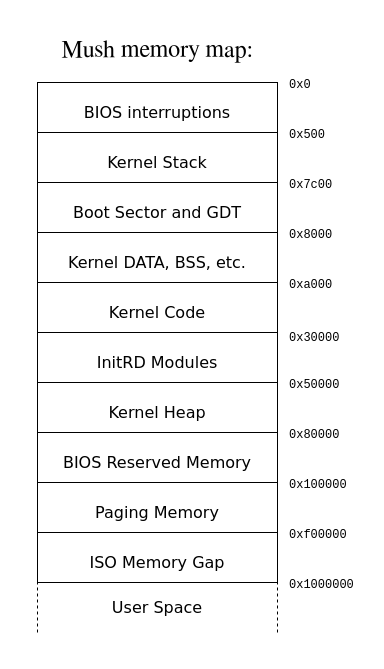
Above: docs/assets/memory_map.drawio in pseusys/MushOS (draw.io), before the change. Source tidied: cells renumbered, new cells numbered last; positions are measured from the earlier drawing's top-left corner, leaving out a move shared by most shapes. Both pictures are drawn from the tidied source at 100%, with x=0, y=0 at pixel (17, 17).
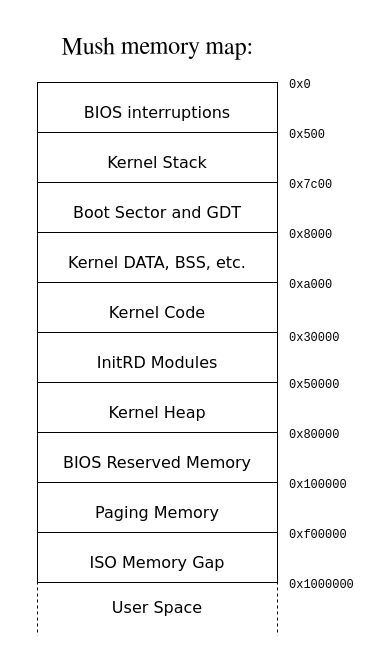
The same diagram, later.

Commit message:
font size memory map fix

Diff of the diagram source:
```diff
@@
-    <mxCell id="4" value="&lt;font style=&quot;font-size: 24px;&quot;&gt;Mush memory map:&lt;/font&gt;" style="text;html=1;strokeColor=none;fillColor=none;align=center;verticalAlign=middle;whiteSpace=wrap;rounded=0;fontFamily=FreeSerif;fontSize=32;" parent="1" vertex="1">
+    <mxCell id="4" value="&lt;font style=&quot;font-size: 24px;&quot;&gt;Mush memory map:&lt;/font&gt;" style="text;html=1;strokeColor=none;fillColor=none;align=center;verticalAlign=middle;whiteSpace=wrap;rounded=0;fontFamily=FreeSerif;fontSize=24;" parent="1" vertex="1">
       <mxGeometry x="20" y="15" width="240" height="30" as="geometry" />
     </mxCell>
```
